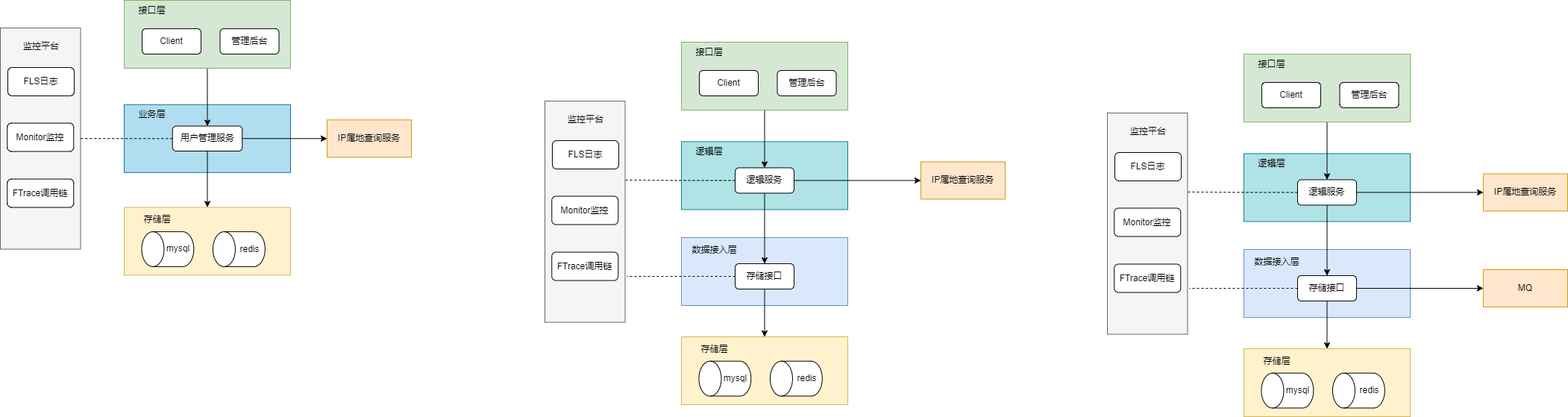
The draw.io diagram Mini项目-系统架构.drawio.png in Sakura367/diagrams, before a commit. Source tidied: cells renumbered, new cells last; positions are measured from the earlier drawing's top-left corner, leaving out a move shared by most shapes.
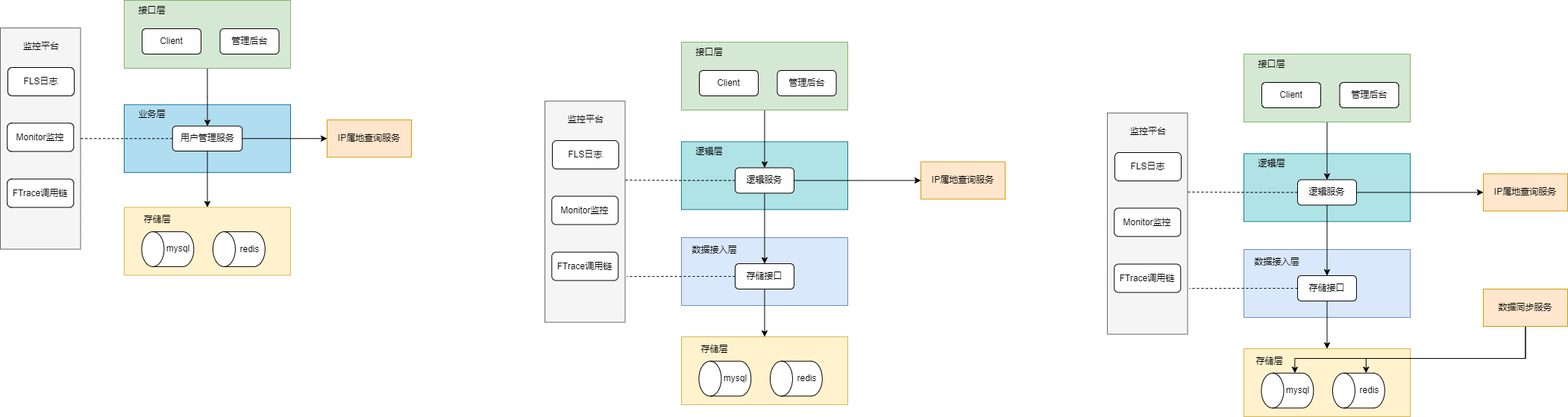
After the change.

Commit message:
更新Mini项目-系统架构.drawio.png

Change to the diagram source:
```diff
@@ -200,9 +200,6 @@
     <mxCell id="67" style="edgeStyle=orthogonalEdgeStyle;rounded=0;jettySize=auto;html=1;exitX=0;exitY=0.5;exitDx=0;exitDy=0;entryX=1.023;entryY=0.793;entryDx=0;entryDy=0;entryPerimeter=0;endArrow=none;endFill=0;dashed=1;" parent="1" edge="1" source="69" target="77">
       <mxGeometry relative="1" as="geometry" />
     </mxCell>
-    <mxCell id="68" style="edgeStyle=orthogonalEdgeStyle;rounded=0;jettySize=auto;html=1;exitX=1;exitY=0.5;exitDx=0;exitDy=0;entryX=0;entryY=0.5;entryDx=0;entryDy=0;endArrow=classic;endFill=1;" parent="1" edge="1" source="69" target="82">
-      <mxGeometry relative="1" as="geometry" />
-    </mxCell>
     <mxCell id="69" value="存储接口" style="rounded=1;whiteSpace=wrap;html=1;" parent="1" vertex="1">
       <mxGeometry x="1739" y="369" width="79" height="34" as="geometry" />
     </mxCell>
@@ -210,7 +207,7 @@
       <mxGeometry x="1677" y="337" width="69" height="27" as="geometry" />
     </mxCell>
     <mxCell id="71" value="存储层" style="text;html=1;strokeColor=none;fillColor=none;align=center;verticalAlign=middle;whiteSpace=wrap;rounded=0;" parent="1" vertex="1">
-      <mxGeometry x="1677" y="470" width="69" height="27" as="geometry" />
+      <mxGeometry x="1667" y="470" width="69" height="27" as="geometry" />
     </mxCell>
     <mxCell id="72" style="shape=cylinder3;whiteSpace=wrap;html=1;boundedLbl=1;backgroundOutline=1;size=15;rotation=-90;align=left;" parent="1" vertex="1">
       <mxGeometry x="1797.5" y="488.1" width="46.8" height="69.9" as="geometry" />
@@ -242,8 +239,24 @@
     <mxCell id="81" value="FLS日志" style="rounded=1;whiteSpace=wrap;html=1;" parent="1" vertex="1">
       <mxGeometry x="1494" y="204" width="89" height="38" as="geometry" />
     </mxCell>
-    <mxCell id="82" value="&lt;font color=&quot;#000000&quot;&gt;MQ&lt;/font&gt;" style="rounded=0;whiteSpace=wrap;html=1;fillColor=#ffe6cc;strokeColor=#d79b00;" parent="1" vertex="1">
-      <mxGeometry x="1988" y="361" width="113" height="50" as="geometry" />
-    </mxCell>
+    <mxCell id="83" style="edgeStyle=orthogonalEdgeStyle;rounded=0;jettySize=auto;html=1;exitX=0.5;exitY=0;exitDx=0;exitDy=0;entryX=1;entryY=0;entryDx=0;entryDy=44.894999999999996;entryPerimeter=0;" parent="1" edge="1" source="85" target="72">
+      <mxGeometry relative="1" as="geometry">
+        <Array as="points">
+          <mxPoint x="2045" y="480" />
+          <mxPoint x="1831" y="480" />
+        </Array>
+      </mxGeometry>
+    </mxCell>
+    <mxCell id="84" style="edgeStyle=orthogonalEdgeStyle;rounded=0;jettySize=auto;html=1;exitX=0.5;exitY=0;exitDx=0;exitDy=0;entryX=1;entryY=0;entryDx=0;entryDy=44.894999999999996;entryPerimeter=0;" parent="1" edge="1" source="85" target="74">
+      <mxGeometry relative="1" as="geometry">
+        <Array as="points">
+          <mxPoint x="2045" y="480" />
+          <mxPoint x="1735" y="480" />
+        </Array>
+      </mxGeometry>
+    </mxCell>
+    <mxCell id="85" value="&lt;font color=&quot;#000000&quot;&gt;数据同步服务&lt;/font&gt;" style="rounded=0;whiteSpace=wrap;html=1;fillColor=#ffe6cc;strokeColor=#d79b00;" parent="1" vertex="1">
+      <mxGeometry x="1988" y="387" width="113" height="50" as="geometry" />
+    </mxCell>
   </root>
 </mxGraphModel>
```
